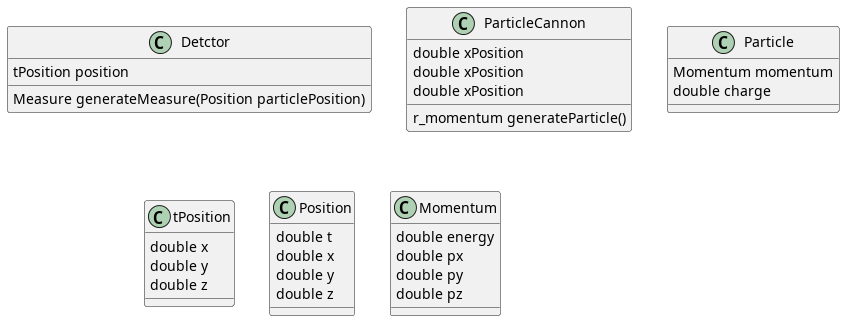
This is project_design/Class_diagram.png from bellan/T4D, a PlantUML export, as it was before one commit.
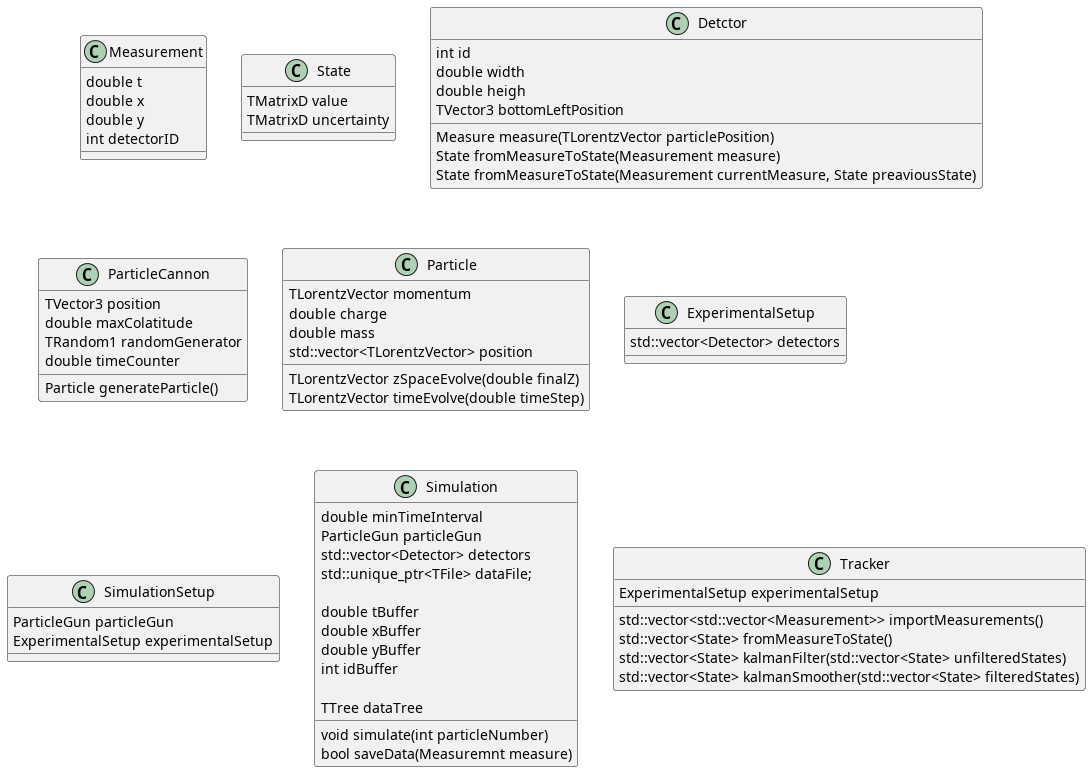
Later version of the same file.

Commit message:
Updated class diagram

Diff of the diagram source:
```diff
@@ -1,40 +1,78 @@
 @startuml
+class Measurement {
+   double t
+   double x
+   double y
+   int detectorID
+}
+
+class State {
+   TMatrixD value
+   TMatrixD uncertainty
+}
+
 class Detctor {
-  tPosition position
+   int id
+   double width
+   double heigh
+   TVector3 bottomLeftPosition
 
-  Measure generateMeasure(Position particlePosition)
+   Measure measure(TLorentzVector particlePosition)
+   State fromMeasureToState(Measurement measure)
+   State fromMeasureToState(Measurement currentMeasure, State preaviousState)
 }
 
 class ParticleCannon {
-   double xPosition
-   double xPosition
-   double xPosition
+   TVector3 position
+   double maxColatitude
+   TRandom1 randomGenerator
+   double timeCounter
 
-   r_momentum generateParticle()
+   Particle generateParticle()
 }
 
 class Particle {
-   Momentum momentum
+   TLorentzVector momentum
    double charge
+   double mass
+   std::vector<TLorentzVector> position
+
+   TLorentzVector zSpaceEvolve(double finalZ)
+   TLorentzVector timeEvolve(double timeStep)
 }
 
-class tPosition {
-   double x
-   double y
-   double z
+class ExperimentalSetup {
+   std::vector<Detector> detectors
 }
 
-class Position {
-    double t
-    double x
-    double y
-    double z
+class SimulationSetup {
+   ParticleGun particleGun
+   ExperimentalSetup experimentalSetup
 }
 
-class Momentum {
-    double energy
-    double px
-    double py
-    double pz
-  }
+class Simulation {
+   double minTimeInterval
+   ParticleGun particleGun
+   std::vector<Detector> detectors
+   std::unique_ptr<TFile> dataFile;
+
+   double tBuffer
+   double xBuffer
+   double yBuffer
+   int idBuffer
+
+   TTree dataTree
+
+   void simulate(int particleNumber)
+   bool saveData(Measuremnt measure)
+}
+
+class Tracker {
+   ExperimentalSetup experimentalSetup
+
+   std::vector<std::vector<Measurement>> importMeasurements()
+   std::vector<State> fromMeasureToState()
+   std::vector<State> kalmanFilter(std::vector<State> unfilteredStates)
+   std::vector<State> kalmanSmoother(std::vector<State> filteredStates)
+}
 @enduml
```
